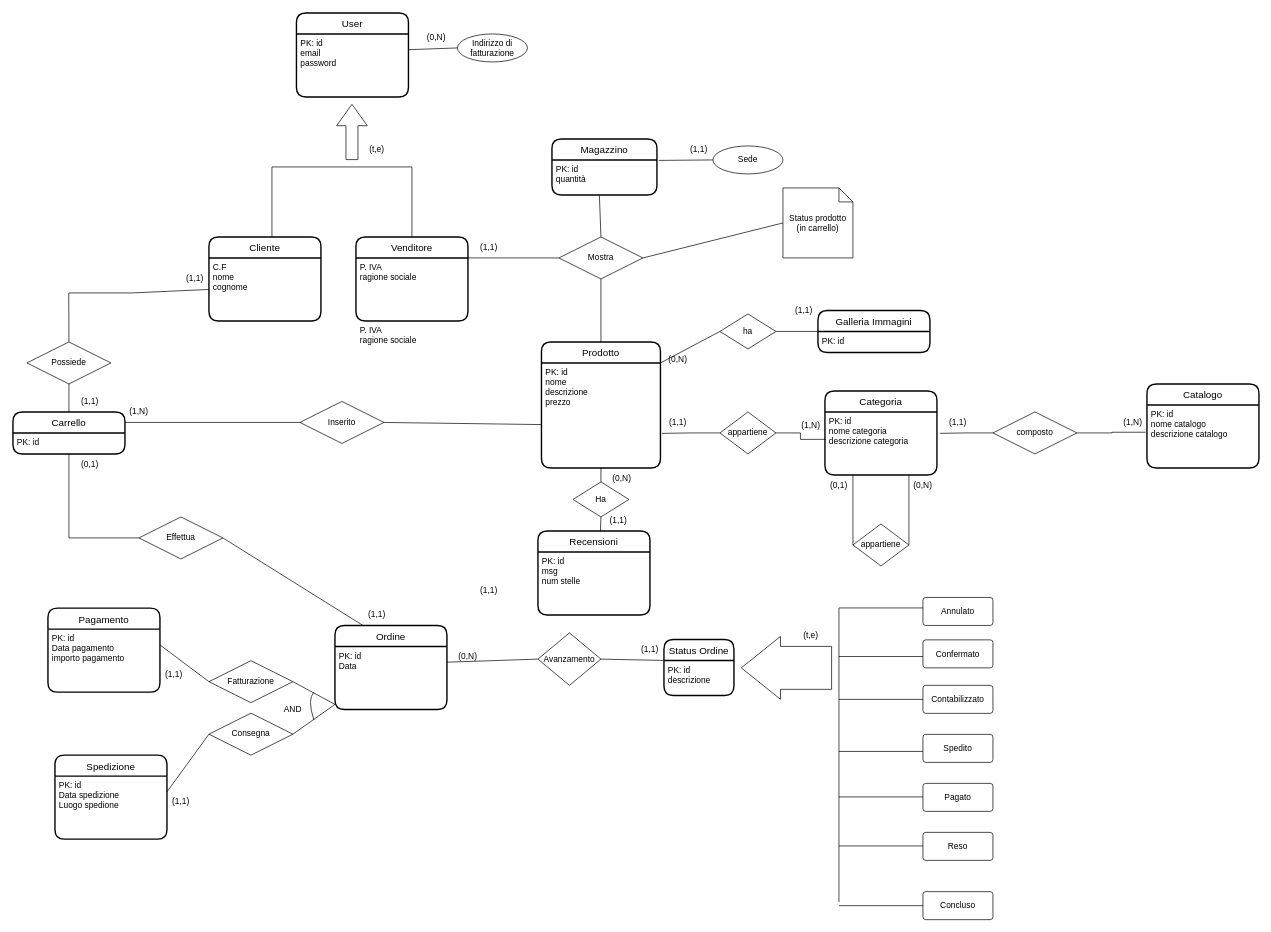
Above: doc/er_v1.drawio in EndriDomiUni/E-commerce (draw.io), before the change. Source tidied: cells renumbered, new cells numbered last; positions are measured from the earlier drawing's top-left corner, leaving out a move shared by most shapes. Both pictures are drawn from the tidied source at 70%, with x=0, y=0 at pixel (13, 13).
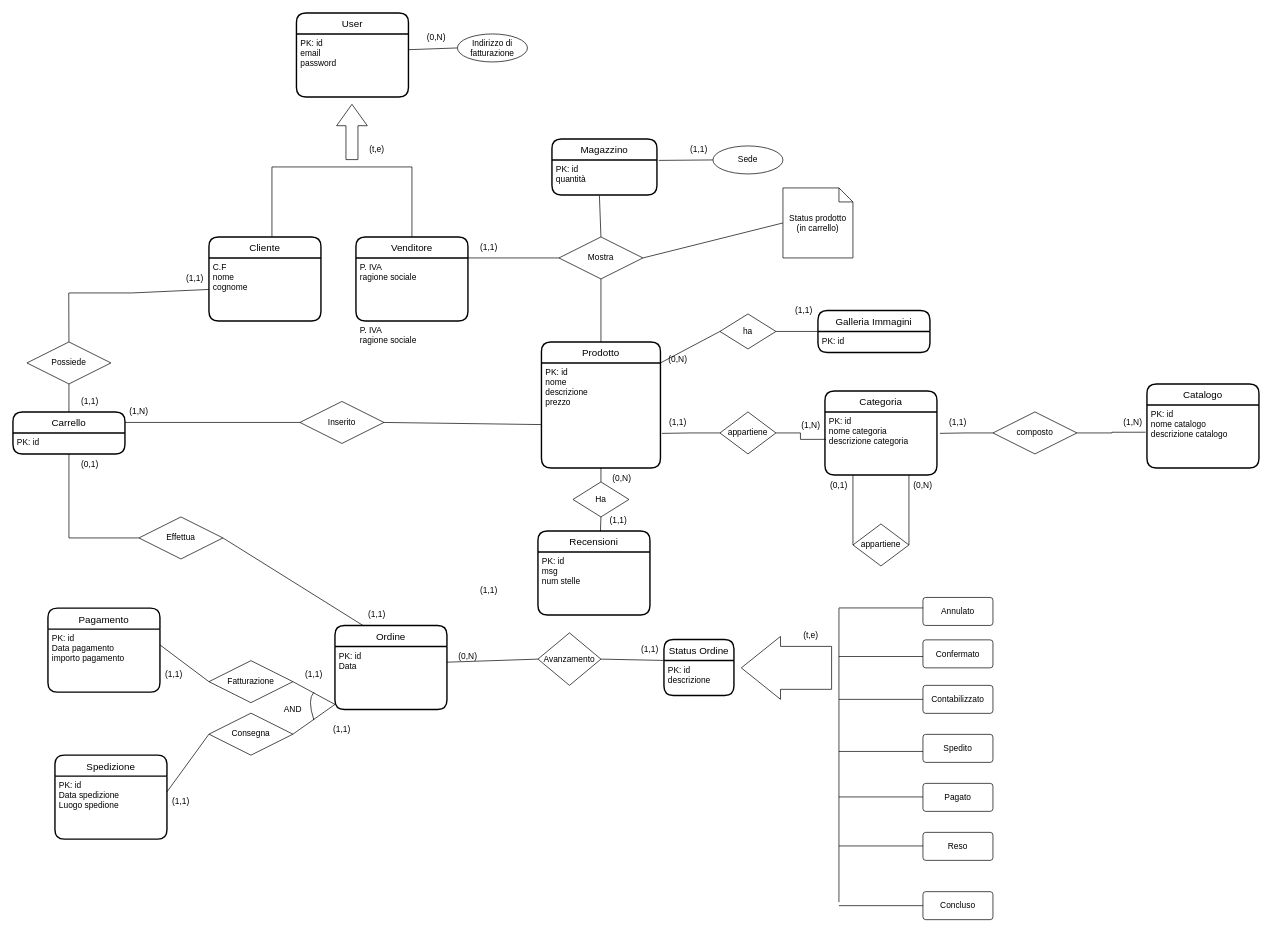
Above is the later version.

Diff of the diagram source:
```diff
@@
+    <mxCell id="122" value="(1,1)" style="text;html=1;strokeColor=none;fillColor=none;align=center;verticalAlign=middle;whiteSpace=wrap;rounded=0;" parent="1" vertex="1">
+      <mxGeometry x="440" y="1009" width="60" height="30" as="geometry" />
+    </mxCell>
+    <mxCell id="123" value="(1,1)" style="text;html=1;strokeColor=none;fillColor=none;align=center;verticalAlign=middle;whiteSpace=wrap;rounded=0;" parent="1" vertex="1">
+      <mxGeometry x="400" y="930.3" width="60" height="30" as="geometry" />
+    </mxCell>
```
